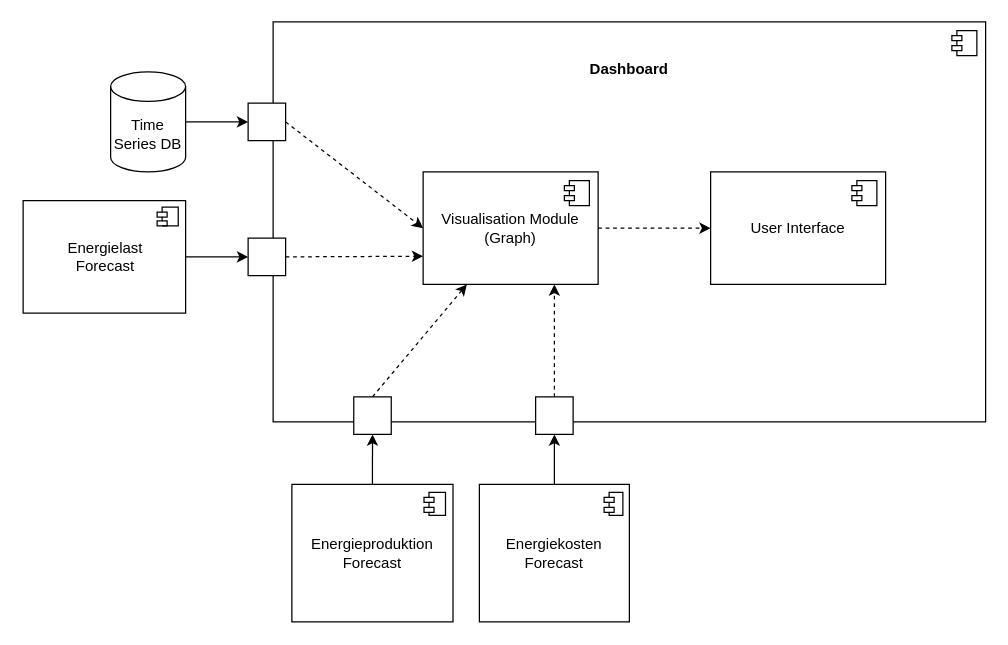
This is SA/graphs/Dashboard.drawio from endorivium/informational-mastery, a draw.io file, before an edit. Source tidied: cells renumbered, new cells numbered last; positions are measured from the earlier drawing's top-left corner, leaving out a move shared by most shapes. Both pictures are drawn from the tidied source at 125%, with x=0, y=0 at pixel (22, 21).
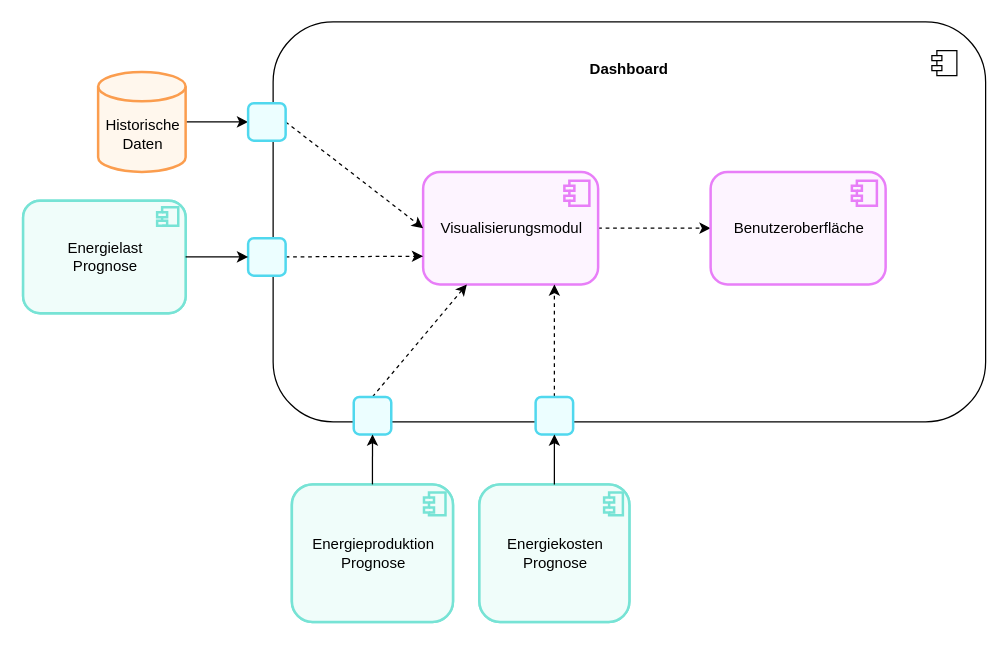
The same diagram, later.

Diff of the diagram source:
```diff
@@
-    <mxCell id="2" value="&lt;b&gt;Dashboard&lt;/b&gt;&lt;div&gt;&lt;b&gt;&lt;br&gt;&lt;/b&gt;&lt;/div&gt;&lt;div&gt;&lt;b&gt;&lt;br&gt;&lt;/b&gt;&lt;/div&gt;&lt;div&gt;&lt;b&gt;&lt;br&gt;&lt;/b&gt;&lt;/div&gt;&lt;div&gt;&lt;b&gt;&lt;br&gt;&lt;/b&gt;&lt;/div&gt;&lt;div&gt;&lt;b&gt;&lt;br&gt;&lt;/b&gt;&lt;/div&gt;&lt;div&gt;&lt;b&gt;&lt;br&gt;&lt;/b&gt;&lt;/div&gt;&lt;div&gt;&lt;b&gt;&lt;br&gt;&lt;/b&gt;&lt;/div&gt;&lt;div&gt;&lt;b&gt;&lt;br&gt;&lt;/b&gt;&lt;/div&gt;&lt;div&gt;&lt;b&gt;&lt;br&gt;&lt;/b&gt;&lt;/div&gt;&lt;div&gt;&lt;b&gt;&lt;br&gt;&lt;/b&gt;&lt;/div&gt;&lt;div&gt;&lt;b&gt;&lt;br&gt;&lt;/b&gt;&lt;/div&gt;&lt;div&gt;&lt;b&gt;&lt;br&gt;&lt;/b&gt;&lt;/div&gt;&lt;div&gt;&lt;b&gt;&lt;br&gt;&lt;/b&gt;&lt;/div&gt;&lt;div&gt;&lt;b&gt;&lt;br&gt;&lt;/b&gt;&lt;/div&gt;&lt;div&gt;&lt;b&gt;&lt;br&gt;&lt;/b&gt;&lt;/div&gt;&lt;div&gt;&lt;b&gt;&lt;br&gt;&lt;/b&gt;&lt;/div&gt;&lt;div&gt;&lt;b&gt;&lt;br&gt;&lt;/b&gt;&lt;/div&gt;" style="html=1;whiteSpace=wrap;" parent="1" vertex="1">
+    <mxCell id="2" value="&lt;b&gt;Dashboard&lt;/b&gt;&lt;div&gt;&lt;b&gt;&lt;br&gt;&lt;/b&gt;&lt;/div&gt;&lt;div&gt;&lt;b&gt;&lt;br&gt;&lt;/b&gt;&lt;/div&gt;&lt;div&gt;&lt;b&gt;&lt;br&gt;&lt;/b&gt;&lt;/div&gt;&lt;div&gt;&lt;b&gt;&lt;br&gt;&lt;/b&gt;&lt;/div&gt;&lt;div&gt;&lt;b&gt;&lt;br&gt;&lt;/b&gt;&lt;/div&gt;&lt;div&gt;&lt;b&gt;&lt;br&gt;&lt;/b&gt;&lt;/div&gt;&lt;div&gt;&lt;b&gt;&lt;br&gt;&lt;/b&gt;&lt;/div&gt;&lt;div&gt;&lt;b&gt;&lt;br&gt;&lt;/b&gt;&lt;/div&gt;&lt;div&gt;&lt;b&gt;&lt;br&gt;&lt;/b&gt;&lt;/div&gt;&lt;div&gt;&lt;b&gt;&lt;br&gt;&lt;/b&gt;&lt;/div&gt;&lt;div&gt;&lt;b&gt;&lt;br&gt;&lt;/b&gt;&lt;/div&gt;&lt;div&gt;&lt;b&gt;&lt;br&gt;&lt;/b&gt;&lt;/div&gt;&lt;div&gt;&lt;b&gt;&lt;br&gt;&lt;/b&gt;&lt;/div&gt;&lt;div&gt;&lt;b&gt;&lt;br&gt;&lt;/b&gt;&lt;/div&gt;&lt;div&gt;&lt;b&gt;&lt;br&gt;&lt;/b&gt;&lt;/div&gt;&lt;div&gt;&lt;b&gt;&lt;br&gt;&lt;/b&gt;&lt;/div&gt;&lt;div&gt;&lt;b&gt;&lt;br&gt;&lt;/b&gt;&lt;/div&gt;" style="html=1;whiteSpace=wrap;rounded=1;" parent="1" vertex="1">
       <mxGeometry x="200" width="570" height="320" as="geometry" />
     </mxCell>
     <mxCell id="3" style="shape=module;jettyWidth=8;jettyHeight=4;" parent="2" vertex="1">
       <mxGeometry x="1" width="20" height="20" relative="1" as="geometry">
-        <mxPoint x="-27" y="7" as="offset" />
+        <mxPoint x="-43" y="23" as="offset" />
       </mxGeometry>
     </mxCell>
@@
-    <mxCell id="5" value="Time Series DB" style="shape=cylinder3;whiteSpace=wrap;html=1;boundedLbl=1;backgroundOutline=1;size=11.793103448275986;" parent="1" vertex="1">
-      <mxGeometry x="70" y="40" width="60" height="80" as="geometry" />
+    <mxCell id="5" value="Historische&lt;div&gt;Daten&lt;/div&gt;" style="shape=cylinder3;whiteSpace=wrap;html=1;boundedLbl=1;backgroundOutline=1;size=11.793103448275986;rounded=1;strokeColor=light-dark(#fb9d4e, #ededed);strokeWidth=2;align=center;verticalAlign=middle;spacingLeft=2;fontFamily=Helvetica;fontSize=12;fontColor=default;fontStyle=0;fillColor=light-dark(#fff7ed, #ededed);" parent="1" vertex="1">
+      <mxGeometry x="60" y="40" width="70" height="80" as="geometry" />
     </mxCell>
@@
-    <mxCell id="7" value="Visualisation Module (Graph)" style="html=1;whiteSpace=wrap;" parent="1" vertex="1">
+    <mxCell id="7" value="Visualisierungsmodul" style="html=1;whiteSpace=wrap;rounded=1;strokeColor=light-dark(#e87ef8, #c98531);strokeWidth=2;align=center;verticalAlign=middle;spacingLeft=2;fontFamily=Helvetica;fontSize=12;fontColor=default;fontStyle=0;fillColor=light-dark(#fdf4ff, #4b2d08);" parent="1" vertex="1">
       <mxGeometry x="320" y="120" width="140" height="90" as="geometry" />
     </mxCell>
-    <mxCell id="8" style="shape=module;jettyWidth=8;jettyHeight=4;" parent="7" vertex="1">
+    <mxCell id="8" style="shape=module;jettyWidth=8;jettyHeight=4;rounded=1;strokeColor=light-dark(#e87ef8, #c98531);strokeWidth=2;align=center;verticalAlign=middle;spacingLeft=2;fontFamily=Helvetica;fontSize=12;fontColor=default;fontStyle=0;fillColor=light-dark(#fdf4ff, #4b2d08);" parent="7" vertex="1">
       <mxGeometry x="1" width="20" height="20" relative="1" as="geometry">
         <mxPoint x="-27" y="7" as="offset" />
       </mxGeometry>
     </mxCell>
@@
-    <mxCell id="10" style="fontStyle=0;labelPosition=right;verticalLabelPosition=middle;align=left;verticalAlign=middle;spacingLeft=2;" parent="1" vertex="1">
+    <mxCell id="10" style="fontStyle=0;labelPosition=right;verticalLabelPosition=middle;align=center;verticalAlign=middle;spacingLeft=2;rounded=1;strokeColor=light-dark(#50d8ee, #ededed);strokeWidth=2;fontFamily=Helvetica;fontSize=12;fontColor=default;fillColor=light-dark(#ecfeff, #ededed);" parent="1" vertex="1">
       <mxGeometry x="180" y="65" width="30" height="30" as="geometry" />
     </mxCell>
-    <mxCell id="11" value="User Interface" style="html=1;whiteSpace=wrap;" parent="1" vertex="1">
+    <mxCell id="11" value="Benutzeroberfläche" style="html=1;whiteSpace=wrap;rounded=1;strokeColor=light-dark(#e87ef8, #c98531);strokeWidth=2;align=center;verticalAlign=middle;spacingLeft=2;fontFamily=Helvetica;fontSize=12;fontColor=default;fontStyle=0;fillColor=light-dark(#fdf4ff, #4b2d08);" parent="1" vertex="1">
       <mxGeometry x="550" y="120" width="140" height="90" as="geometry" />
     </mxCell>
-    <mxCell id="12" style="shape=module;jettyWidth=8;jettyHeight=4;" parent="11" vertex="1">
+    <mxCell id="12" style="shape=module;jettyWidth=8;jettyHeight=4;rounded=1;strokeColor=light-dark(#e87ef8, #c98531);strokeWidth=2;align=center;verticalAlign=middle;spacingLeft=2;fontFamily=Helvetica;fontSize=12;fontColor=default;fontStyle=0;fillColor=light-dark(#fdf4ff, #4b2d08);" parent="11" vertex="1">
       <mxGeometry x="1" width="20" height="20" relative="1" as="geometry">
         <mxPoint x="-27" y="7" as="offset" />
       </mxGeometry>
     </mxCell>
-    <mxCell id="13" style="group;" parent="1" vertex="1">
+    <mxCell id="13" style="group;rounded=1;strokeColor=light-dark(#77e3d5, #46a8af);strokeWidth=2;align=center;verticalAlign=middle;spacingLeft=2;fontFamily=Helvetica;fontSize=12;fontColor=default;fontStyle=0;fillColor=light-dark(#f0fdfa, #ededed);" parent="1" vertex="1">
       <mxGeometry x="365" y="370" width="120" height="110" as="geometry" />
     </mxCell>
-    <mxCell id="14" value="Energiekosten Forecast" style="html=1;whiteSpace=wrap;" parent="13" vertex="1">
+    <mxCell id="14" value="Energiekosten Prognose" style="html=1;whiteSpace=wrap;rounded=1;strokeColor=light-dark(#77e3d5, #46a8af);strokeWidth=2;align=center;verticalAlign=middle;spacingLeft=2;fontFamily=Helvetica;fontSize=12;fontColor=default;fontStyle=0;fillColor=light-dark(#f0fdfa, #ededed);" parent="13" vertex="1">
       <mxGeometry width="120" height="110" as="geometry" />
     </mxCell>
-    <mxCell id="15" style="shape=module;jettyWidth=8;jettyHeight=4;" parent="13" vertex="1">
+    <mxCell id="15" style="shape=module;jettyWidth=8;jettyHeight=4;rounded=1;strokeColor=light-dark(#77e3d5, #46a8af);strokeWidth=2;align=center;verticalAlign=middle;spacingLeft=2;fontFamily=Helvetica;fontSize=12;fontColor=default;fontStyle=0;fillColor=light-dark(#f0fdfa, #ededed);" parent="13" vertex="1">
       <mxGeometry x="99.8" y="6.4" width="15" height="18.3" as="geometry">
         <mxPoint x="-27" y="7" as="offset" />
       </mxGeometry>
     </mxCell>
-    <mxCell id="16" style="group;" parent="1" vertex="1">
+    <mxCell id="16" style="group;rounded=1;strokeColor=light-dark(#77e3d5, #46a8af);strokeWidth=2;align=center;verticalAlign=middle;spacingLeft=2;fontFamily=Helvetica;fontSize=12;fontColor=default;fontStyle=0;fillColor=light-dark(#f0fdfa, #ededed);" parent="1" vertex="1">
       <mxGeometry x="215" y="370" width="128.9" height="110" as="geometry" />
     </mxCell>
-    <mxCell id="17" value="Energieproduktion&lt;div&gt;Forecast&lt;/div&gt;" style="html=1;whiteSpace=wrap;" parent="16" vertex="1">
+    <mxCell id="17" value="Energieproduktion&lt;div&gt;Prognose&lt;/div&gt;" style="html=1;whiteSpace=wrap;rounded=1;strokeColor=light-dark(#77e3d5, #46a8af);strokeWidth=2;align=center;verticalAlign=middle;spacingLeft=2;fontFamily=Helvetica;fontSize=12;fontColor=default;fontStyle=0;fillColor=light-dark(#f0fdfa, #ededed);" parent="16" vertex="1">
       <mxGeometry width="128.9" height="110" as="geometry" />
     </mxCell>
-    <mxCell id="18" style="shape=module;jettyWidth=8;jettyHeight=4;" parent="16" vertex="1">
+    <mxCell id="18" style="shape=module;jettyWidth=8;jettyHeight=4;rounded=1;strokeColor=light-dark(#77e3d5, #46a8af);strokeWidth=2;align=center;verticalAlign=middle;spacingLeft=2;fontFamily=Helvetica;fontSize=12;fontColor=default;fontStyle=0;fillColor=light-dark(#f0fdfa, #ededed);" parent="16" vertex="1">
       <mxGeometry x="105.7" y="6.4" width="17.2" height="18.3" as="geometry">
         <mxPoint x="-27" y="7" as="offset" />
       </mxGeometry>
     </mxCell>
-    <mxCell id="19" style="group;" parent="1" vertex="1">
+    <mxCell id="19" style="group;rounded=1;strokeColor=light-dark(#77e3d5, #46a8af);strokeWidth=2;align=center;verticalAlign=middle;spacingLeft=2;fontFamily=Helvetica;fontSize=12;fontColor=default;fontStyle=0;fillColor=light-dark(#f0fdfa, #ededed);" parent="1" vertex="1">
       <mxGeometry y="143" width="130" height="90" as="geometry" />
     </mxCell>
-    <mxCell id="20" value="Energielast&lt;div&gt;Forecast&lt;/div&gt;" style="html=1;whiteSpace=wrap;strokeColor=default;align=center;verticalAlign=middle;spacingLeft=2;fontFamily=Helvetica;fontSize=12;fontColor=default;fontStyle=0;fillColor=default;" parent="19" vertex="1">
+    <mxCell id="20" value="Energielast&lt;div&gt;Prognose&lt;/div&gt;" style="html=1;whiteSpace=wrap;strokeColor=light-dark(#77e3d5, #46a8af);align=center;verticalAlign=middle;spacingLeft=2;fontFamily=Helvetica;fontSize=12;fontColor=default;fontStyle=0;fillColor=light-dark(#f0fdfa, #ededed);rounded=1;strokeWidth=2;" parent="19" vertex="1">
       <mxGeometry width="130" height="90" as="geometry" />
     </mxCell>
-    <mxCell id="21" style="shape=module;jettyWidth=8;jettyHeight=4;strokeColor=default;align=left;verticalAlign=middle;spacingLeft=2;fontFamily=Helvetica;fontSize=12;fontColor=default;fontStyle=0;fillColor=default;" parent="19" vertex="1">
-      <mxGeometry x="107.2" y="5.2" width="16.9" height="15" as="geometry">
+    <mxCell id="21" style="shape=module;jettyWidth=8;jettyHeight=4;strokeColor=light-dark(#77e3d5, #46a8af);align=center;verticalAlign=middle;spacingLeft=2;fontFamily=Helvetica;fontSize=12;fontColor=default;fontStyle=0;fillColor=light-dark(#f0fdfa, #ededed);rounded=1;strokeWidth=2;" parent="19" vertex="1">
+      <mxGeometry x="107.2" y="5.2" width="16.9" height="14.8" as="geometry">
         <mxPoint x="-27" y="7" as="offset" />
       </mxGeometry>
     </mxCell>
@@
-    <mxCell id="23" style="fontStyle=0;labelPosition=right;verticalLabelPosition=middle;align=left;verticalAlign=middle;spacingLeft=2;" parent="1" vertex="1">
+    <mxCell id="23" style="fontStyle=0;labelPosition=right;verticalLabelPosition=middle;align=center;verticalAlign=middle;spacingLeft=2;rounded=1;strokeColor=light-dark(#50d8ee, #ededed);strokeWidth=2;fontFamily=Helvetica;fontSize=12;fontColor=default;fillColor=light-dark(#ecfeff, #ededed);" parent="1" vertex="1">
       <mxGeometry x="180" y="173" width="30" height="30" as="geometry" />
     </mxCell>
@@
-    <mxCell id="25" style="fontStyle=0;labelPosition=right;verticalLabelPosition=middle;align=left;verticalAlign=middle;spacingLeft=2;" parent="1" vertex="1">
+    <mxCell id="25" style="fontStyle=0;labelPosition=right;verticalLabelPosition=middle;align=center;verticalAlign=middle;spacingLeft=2;rounded=1;strokeColor=light-dark(#50d8ee, #ededed);strokeWidth=2;fontFamily=Helvetica;fontSize=12;fontColor=default;fillColor=light-dark(#ecfeff, #ededed);" parent="1" vertex="1">
       <mxGeometry x="264.5" y="300" width="30" height="30" as="geometry" />
     </mxCell>
@@
-    <mxCell id="27" style="fontStyle=0;labelPosition=right;verticalLabelPosition=middle;align=left;verticalAlign=middle;spacingLeft=2;" parent="1" vertex="1">
+    <mxCell id="27" style="fontStyle=0;labelPosition=right;verticalLabelPosition=middle;align=center;verticalAlign=middle;spacingLeft=2;rounded=1;strokeColor=light-dark(#50d8ee, #ededed);strokeWidth=2;fontFamily=Helvetica;fontSize=12;fontColor=default;fillColor=light-dark(#ecfeff, #ededed);" parent="1" vertex="1">
       <mxGeometry x="410" y="300" width="30" height="30" as="geometry" />
     </mxCell>
```
